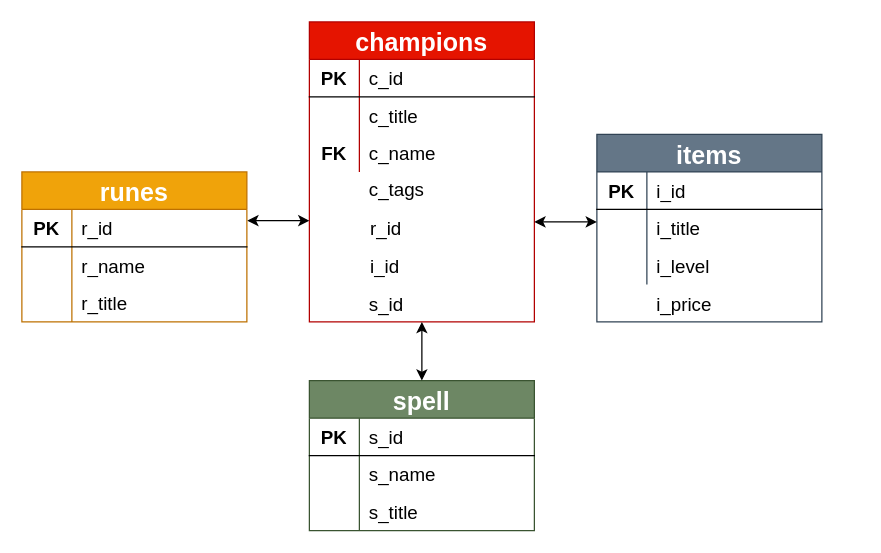
sujeong-jang-creator/JSJB_MiniProject keeps this draw.io diagram as Main_Project/diagram/project_lol.drawio. Above is the earlier version. Source tidied: cells renumbered, new cells numbered last; positions are measured from the earlier drawing's top-left corner, leaving out a move shared by most shapes. Both pictures are drawn from the tidied source at 125%, with x=0, y=0 at pixel (21, 21).
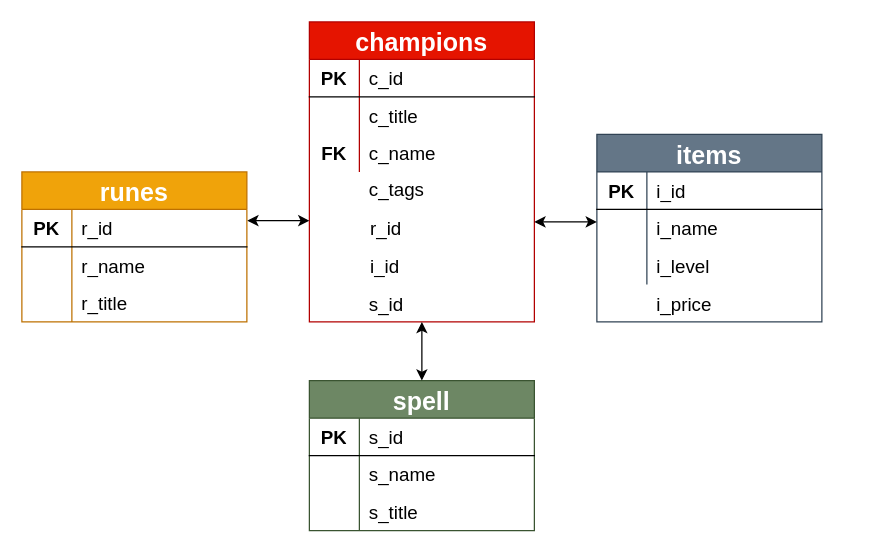
Above is the later version.

The change refers to these unchanged cells:
```xml
<mxCell id="6" style="shape=partialRectangle;html=1;whiteSpace=wrap;fillColor=none;top=0;left=0;bottom=0;right=0;" parent="2" vertex="1">
  <mxGeometry y="60" width="180" height="30" as="geometry" />
</mxCell>
```

The edit, as a diff of the source:
```diff
@@
-    <mxCell id="8" value="&lt;span style=&quot;font-size: 15px&quot;&gt;i_title&lt;/span&gt;" style="shape=partialRectangle;html=1;whiteSpace=wrap;fillColor=none;top=0;left=0;bottom=0;right=0;align=left;spacingLeft=6;overflow=hidden;" parent="6" vertex="1">
+    <mxCell id="8" value="&lt;span style=&quot;font-size: 15px&quot;&gt;i_name&lt;/span&gt;" style="shape=partialRectangle;html=1;whiteSpace=wrap;fillColor=none;top=0;left=0;bottom=0;right=0;align=left;spacingLeft=6;overflow=hidden;" parent="6" vertex="1">
       <mxGeometry x="40" width="140" height="30" as="geometry" />
     </mxCell>
```
